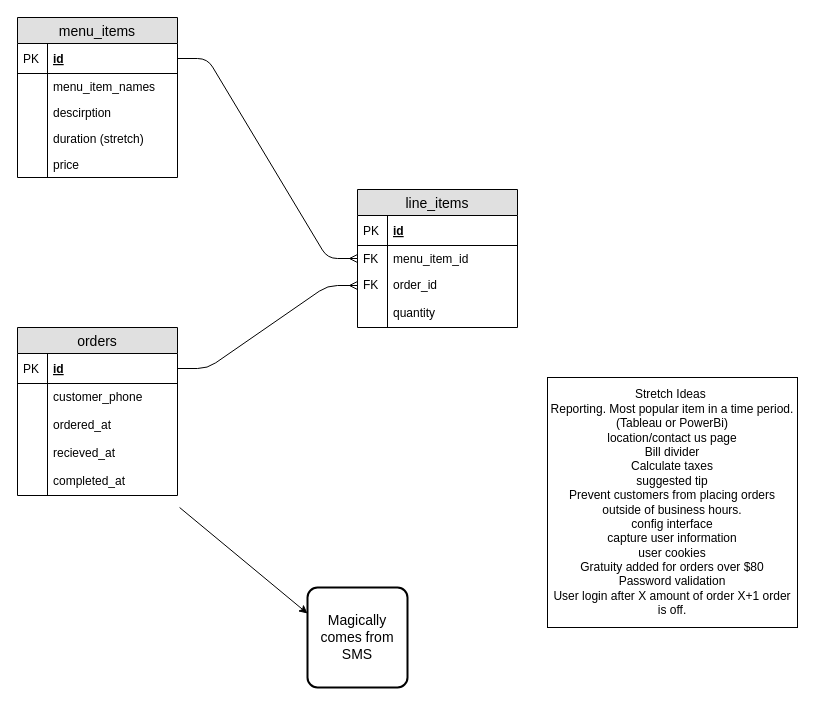
Above: erd.drawio in Lizzyfemme/hungry-people (draw.io), before the change. Source tidied: cells renumbered, new cells numbered last; positions are measured from the earlier drawing's top-left corner, leaving out a move shared by most shapes. Both pictures are drawn from the tidied source at 100%, with x=0, y=0 at pixel (17, 17).
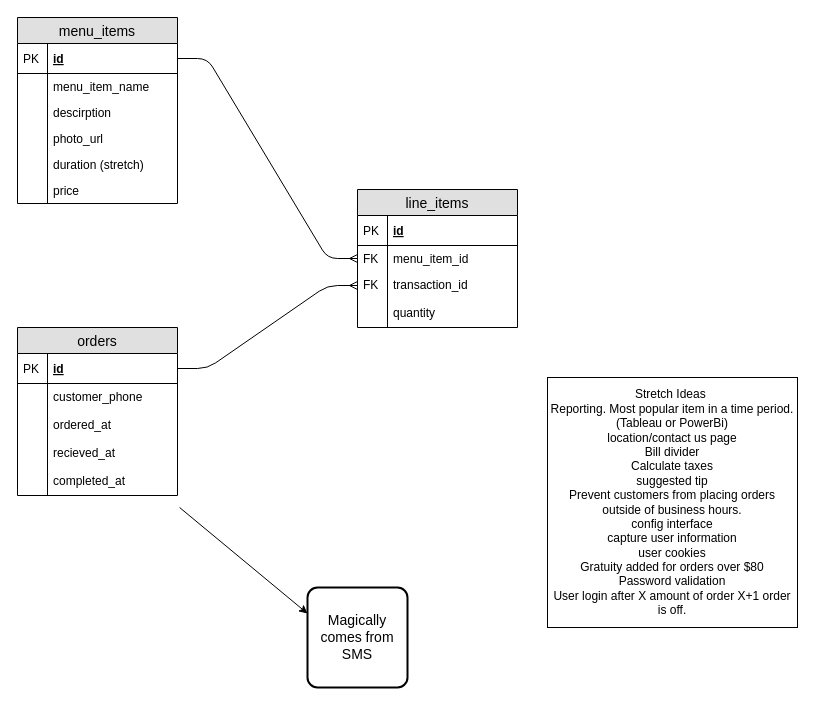
After the change.

The change refers to these unchanged cells:
```xml
<mxCell id="13" value="line_items" style="swimlane;fontStyle=0;horizontal=1;startSize=26;fillColor=#e0e0e0;swimlaneFillColor=#ffffff;align=center;fontSize=14;" parent="1" vertex="1">
  <mxGeometry x="340" y="172" width="160" height="138" as="geometry" />
</mxCell>
```

Diff of the diagram source:
```diff
@@
     <mxCell id="2" value="menu_items" style="swimlane;fontStyle=0;horizontal=1;startSize=26;fillColor=#e0e0e0;swimlaneFillColor=#ffffff;align=center;fontSize=14;" parent="1" vertex="1">
-      <mxGeometry width="160" height="160" as="geometry" />
+      <mxGeometry width="160" height="186" as="geometry" />
     </mxCell>
@@
-    <mxCell id="5" value="menu_item_names" style="shape=partialRectangle;top=0;left=0;right=0;bottom=0;align=left;verticalAlign=top;fillColor=none;spacingLeft=34;spacingRight=4;overflow=hidden;fontSize=12;" parent="2" vertex="1">
+    <mxCell id="5" value="menu_item_name" style="shape=partialRectangle;top=0;left=0;right=0;bottom=0;align=left;verticalAlign=top;fillColor=none;spacingLeft=34;spacingRight=4;overflow=hidden;fontSize=12;" parent="2" vertex="1">
       <mxGeometry y="56" width="160" height="26" as="geometry" />
     </mxCell>
@@
+    <mxCell id="38" value="photo_url" style="shape=partialRectangle;top=0;left=0;right=0;bottom=0;align=left;verticalAlign=top;fillColor=none;spacingLeft=34;spacingRight=4;overflow=hidden;fontSize=12;" parent="2" vertex="1">
+      <mxGeometry y="108" width="160" height="26" as="geometry" />
+    </mxCell>
+    <mxCell id="39" style="shape=partialRectangle;top=0;left=0;bottom=0;fillColor=none;align=left;verticalAlign=top;spacingLeft=4;spacingRight=4;overflow=hidden;fontSize=12;" parent="38" vertex="1">
+      <mxGeometry width="30" height="26" as="geometry" />
+    </mxCell>
     <mxCell id="9" value="duration (stretch)" style="shape=partialRectangle;top=0;left=0;right=0;bottom=0;align=left;verticalAlign=top;fillColor=none;spacingLeft=34;spacingRight=4;overflow=hidden;fontSize=12;" parent="2" vertex="1">
-      <mxGeometry y="108" width="160" height="26" as="geometry" />
+      <mxGeometry y="134" width="160" height="26" as="geometry" />
     </mxCell>
@@
     <mxCell id="11" value="price" style="shape=partialRectangle;top=0;left=0;right=0;bottom=0;align=left;verticalAlign=top;fillColor=none;spacingLeft=34;spacingRight=4;overflow=hidden;fontSize=12;" parent="2" vertex="1">
-      <mxGeometry y="134" width="160" height="26" as="geometry" />
+      <mxGeometry y="160" width="160" height="26" as="geometry" />
     </mxCell>
@@
-    <mxCell id="18" value="order_id" style="shape=partialRectangle;top=0;left=0;right=0;bottom=0;align=left;verticalAlign=top;fillColor=none;spacingLeft=34;spacingRight=4;overflow=hidden;points=[[0,0.5],[1,0.5]];portConstraint=eastwest;fontSize=12;" parent="13" vertex="1">
+    <mxCell id="18" value="transaction_id" style="shape=partialRectangle;top=0;left=0;right=0;bottom=0;align=left;verticalAlign=top;fillColor=none;spacingLeft=34;spacingRight=4;overflow=hidden;points=[[0,0.5],[1,0.5]];portConstraint=eastwest;fontSize=12;" parent="13" vertex="1">
       <mxGeometry y="82" width="160" height="28" as="geometry" />
     </mxCell>
```
